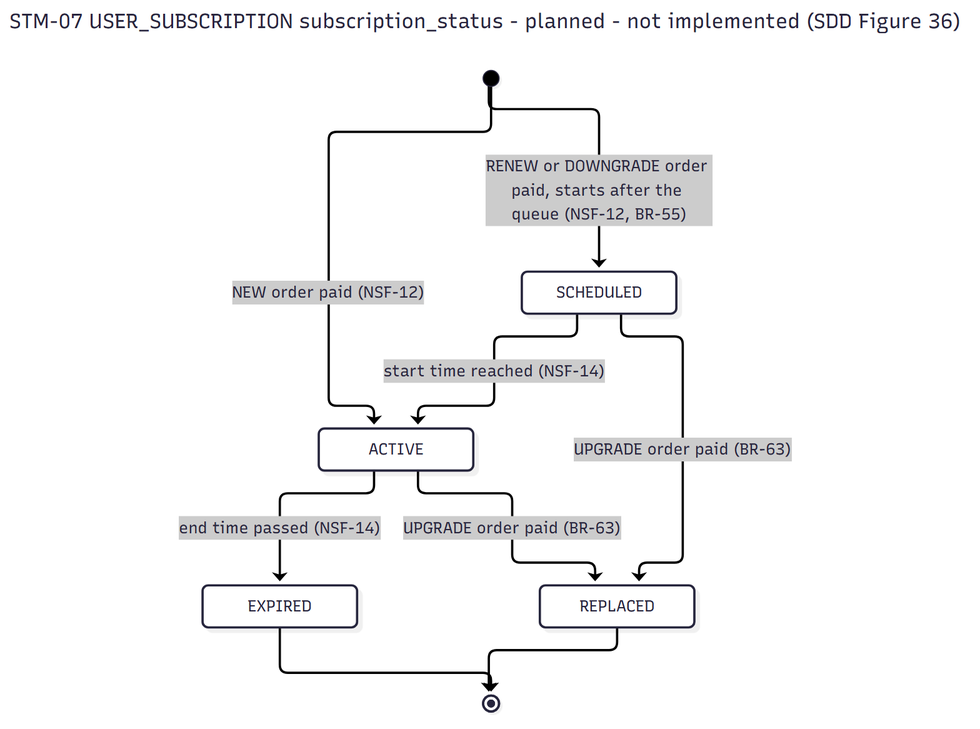
This is specs/diagrams/state/STM-07_user_subscription.png from nguyenluc2411/cryptopilot_project, a Mermaid export, as it was before one commit. Its source is kept beside it as specs/diagrams/state/STM-07_user_subscription.mmd.
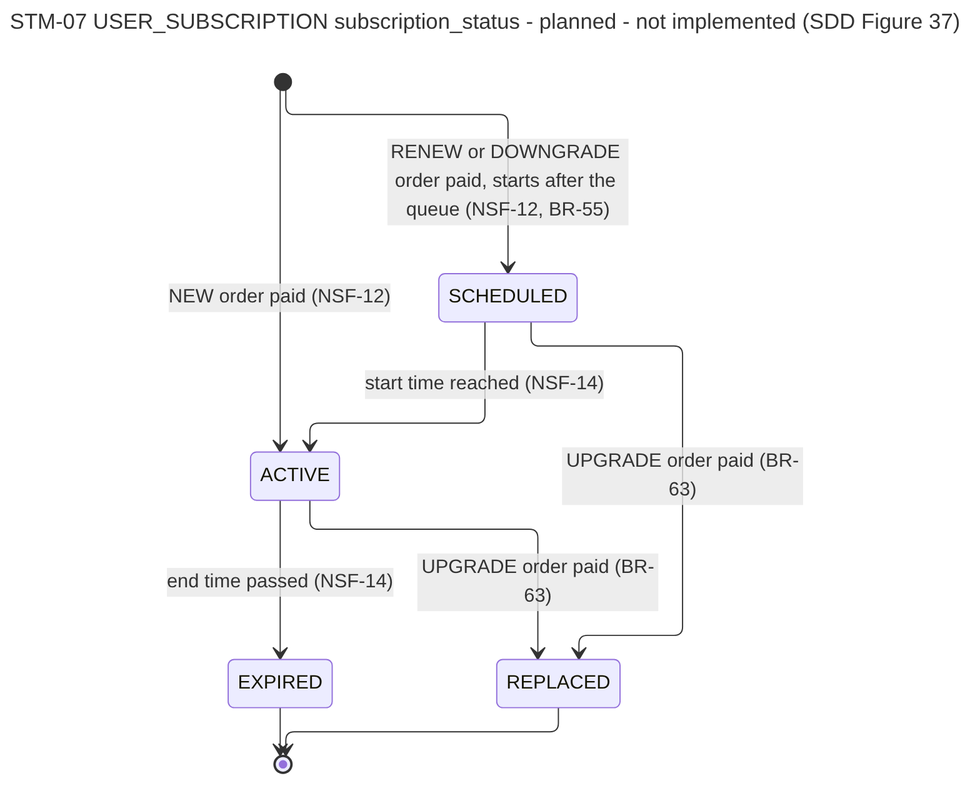
The same file after the commit.

What changed in the source:
```diff
@@ -1,5 +1,5 @@
 ---
-title: STM-07 USER_SUBSCRIPTION subscription_status - planned - not implemented (SDD Figure 36)
+title: STM-07 USER_SUBSCRIPTION subscription_status - planned - not implemented (SDD Figure 37)
 ---
 stateDiagram-v2
     [*] --> ACTIVE : NEW order paid (NSF-12)
```
